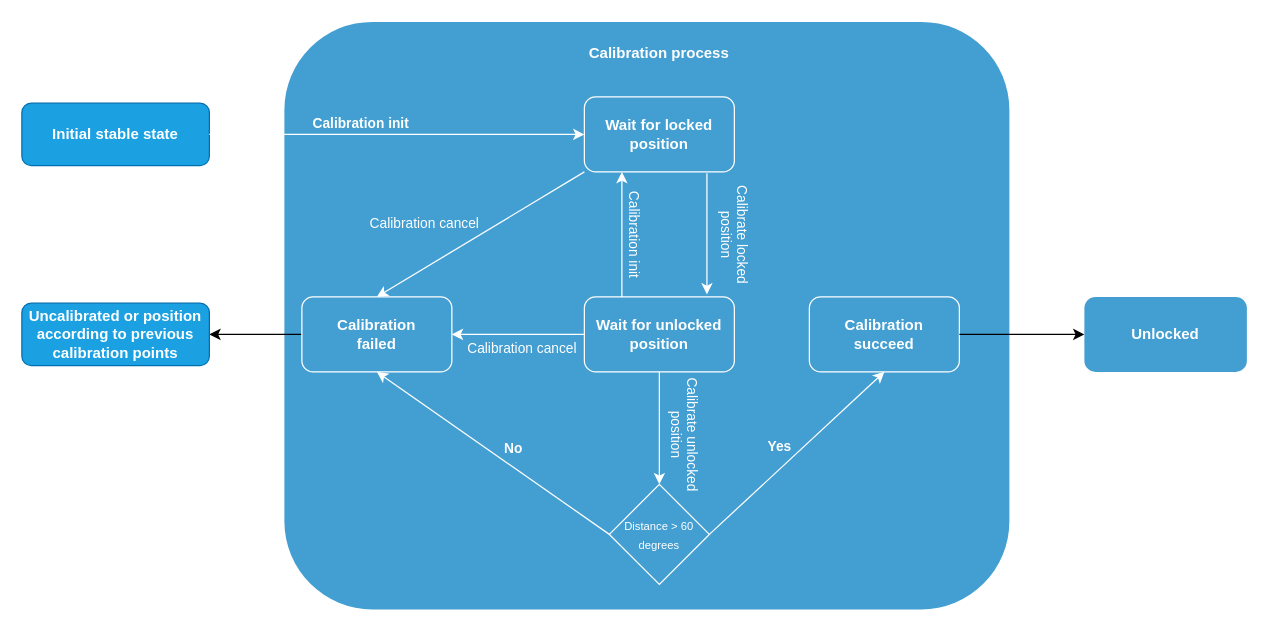
Before: docs/source/images/lock-calibration.drawio in tedee-com/tedee-lock-ble-api-doc, a draw.io diagram. Source tidied: cells renumbered, new cells numbered last; positions are measured from the earlier drawing's top-left corner, leaving out a move shared by most shapes. Both pictures are drawn from the tidied source at 125%, with x=0, y=0 at pixel (21, 21).
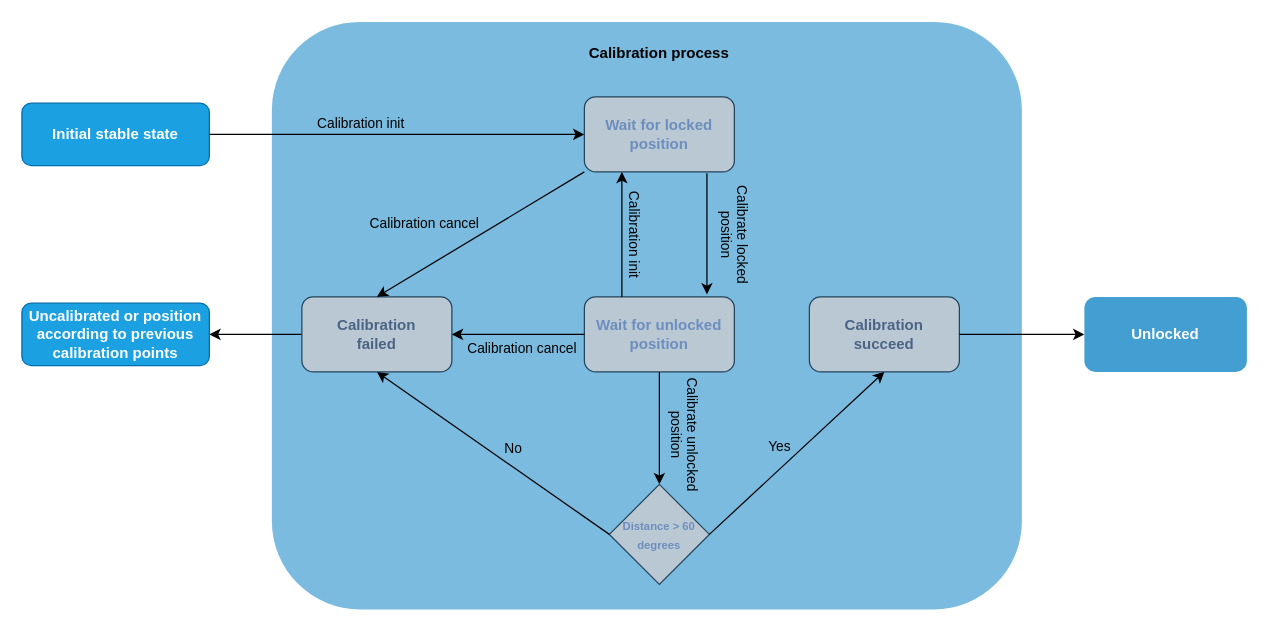
After the change.

Commit message (it also covers changes not shown here):
final lock calibration process diagram

The change refers to these unchanged cells:
```xml
<mxCell id="3" value="&lt;b&gt;&lt;font&gt;Initial stable state&lt;/font&gt;&lt;br&gt;&lt;/b&gt;" style="rounded=1;whiteSpace=wrap;html=1;fillColor=#1ba1e2;fontColor=#FFFFFF;strokeColor=#006EAF;" parent="1" vertex="1">
  <mxGeometry y="65" width="150" height="50" as="geometry" />
</mxCell>
```

Change to the diagram source:
```diff
@@
-    <mxCell id="2" value="&lt;p style=&quot;line-height: 120%;&quot;&gt;&lt;br&gt;&lt;/p&gt;" style="rounded=1;whiteSpace=wrap;html=1;fillColor=#439ED2;align=left;strokeColor=none;fontColor=#FFFFFF;strokeWidth=3;" parent="1" vertex="1">
-      <mxGeometry x="210" width="580" height="470" as="geometry" />
+    <mxCell id="2" value="&lt;p style=&quot;line-height: 120%;&quot;&gt;&lt;br&gt;&lt;/p&gt;" style="rounded=1;whiteSpace=wrap;html=1;fillColor=#439ED2;align=left;strokeColor=none;fontColor=#FFFFFF;strokeWidth=3;opacity=70;" parent="1" vertex="1">
+      <mxGeometry x="200" width="600" height="470" as="geometry" />
     </mxCell>
@@
-    <mxCell id="4" style="endArrow=classic;html=1;exitX=1;exitY=0.5;exitDx=0;exitDy=0;entryX=0;entryY=0.5;entryDx=0;entryDy=0;fontColor=#FFFFFF;strokeColor=#FFFFFF;" parent="1" edge="1" source="3" target="6">
+    <mxCell id="4" style="endArrow=classic;html=1;exitX=1;exitY=0.5;exitDx=0;exitDy=0;entryX=0;entryY=0.5;entryDx=0;entryDy=0;fontColor=#FFFFFF;strokeColor=#000000;" parent="1" edge="1" source="3" target="6">
       <mxGeometry relative="1" as="geometry" />
     </mxCell>
-    <mxCell id="5" value="&lt;b&gt;Calibration init&lt;/b&gt;" style="edgeLabel;html=1;align=center;verticalAlign=middle;fillColor=#439ED2;labelBackgroundColor=none;fontColor=#FFFFFF;" parent="4" vertex="1">
+    <mxCell id="5" value="Calibration init" style="edgeLabel;html=1;align=center;verticalAlign=middle;fillColor=#439ED2;labelBackgroundColor=none;fontColor=#000000;" parent="4" vertex="1">
       <mxGeometry relative="1" as="geometry">
         <mxPoint x="-30" y="-10" as="offset" />
       </mxGeometry>
     </mxCell>
-    <mxCell id="6" value="&lt;b&gt;Wait for locked position&lt;/b&gt;" style="rounded=1;whiteSpace=wrap;html=1;fillColor=#439ED2;fontColor=#FFFFFF;strokeColor=#FFFFFF;" parent="1" vertex="1">
+    <mxCell id="6" value="&lt;b&gt;&lt;font color=&quot;#6c8ebf&quot;&gt;Wait for locked position&lt;/font&gt;&lt;/b&gt;" style="rounded=1;whiteSpace=wrap;html=1;fillColor=#bac8d3;strokeColor=#23445d;" parent="1" vertex="1">
       <mxGeometry x="450" y="60" width="120" height="60" as="geometry" />
     </mxCell>
-    <mxCell id="7" value="&lt;b&gt;Wait for unlocked position&lt;/b&gt;" style="rounded=1;whiteSpace=wrap;html=1;fillColor=#439ED2;fontColor=#FFFFFF;strokeColor=#FFFFFF;" parent="1" vertex="1">
+    <mxCell id="7" value="&lt;b&gt;&lt;font color=&quot;#6c8ebf&quot;&gt;Wait for unlocked position&lt;/font&gt;&lt;/b&gt;" style="rounded=1;whiteSpace=wrap;html=1;fillColor=#bac8d3;strokeColor=#23445d;" parent="1" vertex="1">
       <mxGeometry x="450" y="220" width="120" height="60" as="geometry" />
     </mxCell>
-    <mxCell id="8" style="endArrow=classic;html=1;exitX=0.817;exitY=1.017;exitDx=0;exitDy=0;entryX=0.817;entryY=-0.033;entryDx=0;entryDy=0;exitPerimeter=0;entryPerimeter=0;fontColor=#FFFFFF;strokeColor=#FFFFFF;" parent="1" edge="1" source="6" target="7">
+    <mxCell id="8" style="endArrow=classic;html=1;exitX=0.817;exitY=1.017;exitDx=0;exitDy=0;entryX=0.817;entryY=-0.033;entryDx=0;entryDy=0;exitPerimeter=0;entryPerimeter=0;fontColor=#FFFFFF;strokeColor=#000000;" parent="1" edge="1" source="6" target="7">
       <mxGeometry relative="1" as="geometry" />
     </mxCell>
-    <mxCell id="9" value="Calibrate locked&#10;position" style="edgeLabel;align=center;verticalAlign=middle;fillColor=#439ED2;labelBackgroundColor=none;rotation=90;fontColor=#FFFFFF;" parent="8" vertex="1">
+    <mxCell id="9" value="Calibrate locked&#10;position" style="edgeLabel;align=center;verticalAlign=middle;fillColor=#439ED2;labelBackgroundColor=none;rotation=90;fontColor=#000000;" parent="8" vertex="1">
       <mxGeometry relative="1" as="geometry">
         <mxPoint x="22" as="offset" />
       </mxGeometry>
     </mxCell>
-    <mxCell id="10" style="endArrow=classic;html=1;exitX=0.25;exitY=0;exitDx=0;exitDy=0;entryX=0.25;entryY=1;entryDx=0;entryDy=0;fontColor=#FFFFFF;strokeColor=#FFFFFF;" parent="1" edge="1" source="7" target="6">
+    <mxCell id="10" style="endArrow=classic;html=1;exitX=0.25;exitY=0;exitDx=0;exitDy=0;entryX=0.25;entryY=1;entryDx=0;entryDy=0;fontColor=#FFFFFF;strokeColor=#000000;" parent="1" edge="1" source="7" target="6">
       <mxGeometry relative="1" as="geometry" />
     </mxCell>
-    <mxCell id="11" value="Calibration init" style="edgeLabel;align=center;verticalAlign=middle;fillColor=#439ED2;labelBackgroundColor=none;rotation=90;fontColor=#FFFFFF;" parent="10" vertex="1">
+    <mxCell id="11" value="Calibration init" style="edgeLabel;align=center;verticalAlign=middle;fillColor=#439ED2;labelBackgroundColor=none;rotation=90;fontColor=#000000;" parent="10" vertex="1">
       <mxGeometry relative="1" as="geometry">
         <mxPoint x="10" as="offset" />
       </mxGeometry>
     </mxCell>
-    <mxCell id="12" style="endArrow=classic;html=1;exitX=0.5;exitY=1;exitDx=0;exitDy=0;entryX=0.5;entryY=0;entryDx=0;entryDy=0;fontColor=#FFFFFF;strokeColor=#FFFFFF;" parent="1" edge="1" source="7" target="15">
+    <mxCell id="12" style="endArrow=classic;html=1;exitX=0.5;exitY=1;exitDx=0;exitDy=0;entryX=0.5;entryY=0;entryDx=0;entryDy=0;fontColor=#FFFFFF;strokeColor=#000000;" parent="1" edge="1" source="7" target="15">
       <mxGeometry relative="1" as="geometry" />
     </mxCell>
-    <mxCell id="13" value="Calibrate unlocked&#10;position" style="edgeLabel;align=center;verticalAlign=middle;fillColor=#439ED2;labelBackgroundColor=none;rotation=90;fontColor=#FFFFFF;" parent="12" vertex="1">
+    <mxCell id="13" value="Calibrate unlocked&#10;position" style="edgeLabel;align=center;verticalAlign=middle;fillColor=#439ED2;labelBackgroundColor=none;rotation=90;fontColor=#000000;" parent="12" vertex="1">
       <mxGeometry relative="1" as="geometry">
         <mxPoint x="20" y="5" as="offset" />
       </mxGeometry>
     </mxCell>
@@
-    <mxCell id="15" value="&lt;font style=&quot;font-size: 9px;&quot;&gt;Distance &amp;gt; 60 degrees&lt;/font&gt;" style="rhombus;whiteSpace=wrap;html=1;labelBackgroundColor=none;fillColor=none;strokeColor=#FFFFFF;fontColor=#FFFFFF;" parent="1" vertex="1">
+    <mxCell id="15" value="&lt;font color=&quot;#6c8ebf&quot; style=&quot;font-size: 9px;&quot;&gt;&lt;b&gt;Distance &amp;gt; 60 degrees&lt;/b&gt;&lt;/font&gt;" style="rhombus;whiteSpace=wrap;html=1;labelBackgroundColor=none;fillColor=#bac8d3;strokeColor=#23445d;" parent="1" vertex="1">
       <mxGeometry x="470" y="370" width="80" height="80" as="geometry" />
     </mxCell>
-    <mxCell id="16" style="endArrow=classic;html=1;exitX=1;exitY=0.5;exitDx=0;exitDy=0;entryX=0.5;entryY=1;entryDx=0;entryDy=0;fontColor=#FFFFFF;strokeColor=#FFFFFF;" parent="1" edge="1" source="15" target="21">
+    <mxCell id="16" style="endArrow=classic;html=1;exitX=1;exitY=0.5;exitDx=0;exitDy=0;entryX=0.5;entryY=1;entryDx=0;entryDy=0;fontColor=#FFFFFF;strokeColor=#000000;" parent="1" edge="1" source="15" target="21">
       <mxGeometry relative="1" as="geometry" />
     </mxCell>
-    <mxCell id="17" value="&lt;b&gt;Yes&lt;/b&gt;" style="edgeLabel;html=1;align=center;verticalAlign=middle;fillColor=#439ED2;labelBackgroundColor=none;fontColor=#FFFFFF;" parent="16" vertex="1">
+    <mxCell id="17" value="&lt;span&gt;Yes&lt;/span&gt;" style="edgeLabel;html=1;align=center;verticalAlign=middle;fillColor=#439ED2;labelBackgroundColor=none;fontColor=#000000;fontStyle=0;" parent="16" vertex="1">
       <mxGeometry relative="1" as="geometry">
         <mxPoint x="-15" y="-5" as="offset" />
       </mxGeometry>
     </mxCell>
-    <mxCell id="18" style="endArrow=classic;html=1;exitX=0;exitY=0.5;exitDx=0;exitDy=0;entryX=0.5;entryY=1;entryDx=0;entryDy=0;strokeColor=#FFFFFF;fontColor=#FFFFFF;" parent="1" edge="1" source="15" target="23">
+    <mxCell id="18" style="endArrow=classic;html=1;exitX=0;exitY=0.5;exitDx=0;exitDy=0;entryX=0.5;entryY=1;entryDx=0;entryDy=0;strokeColor=#000000;fontColor=#FFFFFF;" parent="1" edge="1" source="15" target="23">
       <mxGeometry relative="1" as="geometry" />
     </mxCell>
-    <mxCell id="19" value="&lt;b&gt;No&lt;/b&gt;" style="edgeLabel;html=1;align=center;verticalAlign=middle;fillColor=#439ED2;labelBackgroundColor=none;fontColor=#FFFFFF;" parent="18" vertex="1">
+    <mxCell id="19" value="&lt;span&gt;No&lt;/span&gt;" style="edgeLabel;html=1;align=center;verticalAlign=middle;fillColor=#439ED2;labelBackgroundColor=none;fontColor=#000000;fontStyle=0;" parent="18" vertex="1">
       <mxGeometry relative="1" as="geometry">
         <mxPoint x="15" y="-5" as="offset" />
       </mxGeometry>
     </mxCell>
-    <mxCell id="20" value="&lt;b&gt;&lt;font style=&quot;font-size: 12px;&quot;&gt;Calibration process&lt;br&gt;&lt;/font&gt;&lt;/b&gt;" style="text;html=1;strokeColor=none;fillColor=none;align=center;verticalAlign=middle;whiteSpace=wrap;rounded=0;labelBackgroundColor=none;fontSize=9;fontColor=#FFFFFF;" parent="1" vertex="1">
+    <mxCell id="20" value="&lt;b&gt;&lt;font style=&quot;font-size: 12px;&quot;&gt;Calibration process&lt;br&gt;&lt;/font&gt;&lt;/b&gt;" style="text;html=1;strokeColor=none;fillColor=none;align=center;verticalAlign=middle;whiteSpace=wrap;rounded=0;labelBackgroundColor=none;fontSize=9;fontColor=#000000;" parent="1" vertex="1">
       <mxGeometry x="435" y="10" width="150" height="30" as="geometry" />
     </mxCell>
-    <mxCell id="21" value="&lt;b&gt;Calibration&lt;br&gt;succeed&lt;/b&gt;" style="rounded=1;whiteSpace=wrap;html=1;fillColor=#439ED2;strokeColor=#FFFFFF;fontColor=#FFFFFF;" parent="1" vertex="1">
+    <mxCell id="21" value="&lt;b&gt;&lt;font color=&quot;#4b6385&quot;&gt;Calibration&lt;br&gt;succeed&lt;/font&gt;&lt;/b&gt;" style="rounded=1;whiteSpace=wrap;html=1;fillColor=#bac8d3;strokeColor=#23445d;" parent="1" vertex="1">
       <mxGeometry x="630" y="220" width="120" height="60" as="geometry" />
     </mxCell>
@@
-    <mxCell id="23" value="&lt;b&gt;Calibration&lt;br&gt;failed&lt;/b&gt;" style="rounded=1;whiteSpace=wrap;html=1;fillColor=#439ED2;fontColor=#FFFFFF;strokeColor=#FFFFFF;" parent="1" vertex="1">
+    <mxCell id="23" value="&lt;b&gt;&lt;font color=&quot;#4b6385&quot;&gt;Calibration&lt;br&gt;failed&lt;/font&gt;&lt;/b&gt;" style="rounded=1;whiteSpace=wrap;html=1;fillColor=#bac8d3;strokeColor=#23445d;" parent="1" vertex="1">
       <mxGeometry x="224" y="220" width="120" height="60" as="geometry" />
     </mxCell>
-    <mxCell id="24" style="endArrow=classic;html=1;exitX=0;exitY=1;exitDx=0;exitDy=0;entryX=0.5;entryY=0;entryDx=0;entryDy=0;fontColor=#FFFFFF;strokeColor=#FFFFFF;" parent="1" edge="1" source="6" target="23">
+    <mxCell id="24" style="endArrow=classic;html=1;exitX=0;exitY=1;exitDx=0;exitDy=0;entryX=0.5;entryY=0;entryDx=0;entryDy=0;fontColor=#FFFFFF;strokeColor=#000000;" parent="1" edge="1" source="6" target="23">
       <mxGeometry relative="1" as="geometry" />
     </mxCell>
-    <mxCell id="25" value="Calibration cancel" style="edgeLabel;align=center;verticalAlign=middle;fillColor=#439ED2;labelBackgroundColor=none;rotation=0;fontColor=#FFFFFF;" parent="24" vertex="1">
+    <mxCell id="25" value="Calibration cancel" style="edgeLabel;align=center;verticalAlign=middle;fillColor=#439ED2;labelBackgroundColor=none;rotation=0;fontColor=#000000;" parent="24" vertex="1">
       <mxGeometry relative="1" as="geometry">
         <mxPoint x="-45" y="-10" as="offset" />
       </mxGeometry>
     </mxCell>
-    <mxCell id="26" style="endArrow=classic;html=1;exitX=0;exitY=0.5;exitDx=0;exitDy=0;entryX=1;entryY=0.5;entryDx=0;entryDy=0;fontColor=#FFFFFF;strokeColor=#FFFFFF;" parent="1" edge="1" source="7" target="23">
+    <mxCell id="26" style="endArrow=classic;html=1;exitX=0;exitY=0.5;exitDx=0;exitDy=0;entryX=1;entryY=0.5;entryDx=0;entryDy=0;fontColor=#FFFFFF;strokeColor=#000000;" parent="1" edge="1" source="7" target="23">
       <mxGeometry relative="1" as="geometry" />
     </mxCell>
-    <mxCell id="27" value="Calibration cancel" style="edgeLabel;align=center;verticalAlign=middle;fillColor=#439ED2;labelBackgroundColor=none;rotation=0;fontColor=#FFFFFF;" parent="26" vertex="1">
+    <mxCell id="27" value="Calibration cancel" style="edgeLabel;align=center;verticalAlign=middle;fillColor=#439ED2;labelBackgroundColor=none;rotation=0;fontColor=#000000;" parent="26" vertex="1">
       <mxGeometry relative="1" as="geometry">
         <mxPoint x="3" y="10" as="offset" />
       </mxGeometry>
     </mxCell>
```
